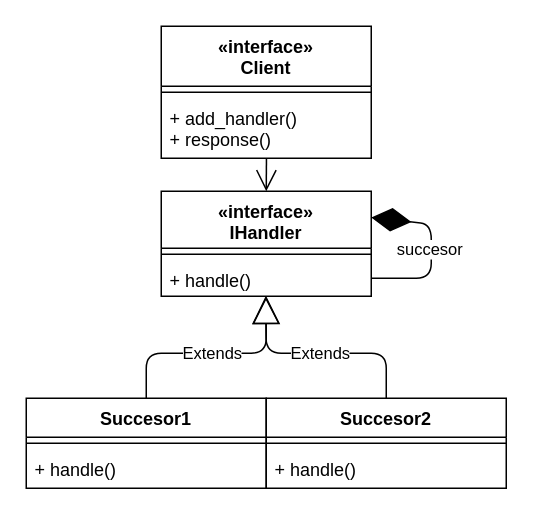
This is design patterns/UML/ChainOfResponsibility.drawio from djangorepos/design_patterns, a draw.io file, before an edit. Source tidied: cells renumbered, new cells numbered last; positions are measured from the earlier drawing's top-left corner, leaving out a move shared by most shapes. Both pictures are drawn from the tidied source at 150%, with x=0, y=0 at pixel (26, 26).
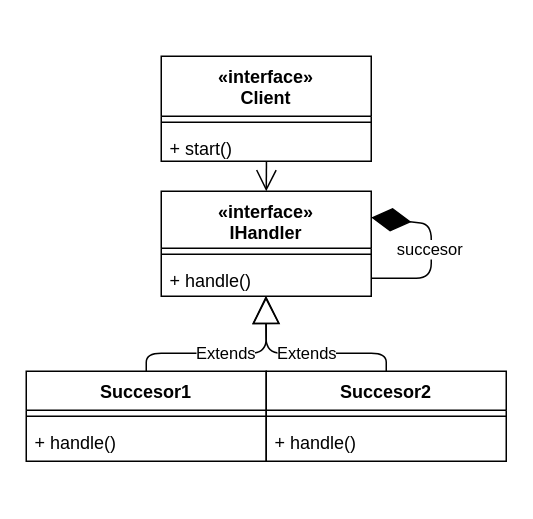
The same diagram, later.

Diff of the diagram source:
```diff
@@
     <mxCell id="7" value="«interface»&#10;Client&#10;" style="swimlane;fontStyle=1;align=center;verticalAlign=top;horizontal=1;startSize=40;" parent="1" vertex="1">
-      <mxGeometry x="90" width="140" height="88" as="geometry" />
+      <mxGeometry x="90" y="20" width="140" height="70" as="geometry" />
     </mxCell>
@@
-    <mxCell id="9" value="+ add_handler()&#10;+ response()" style="text;strokeColor=none;fillColor=none;align=left;verticalAlign=top;spacingLeft=4;spacingRight=4;overflow=hidden;points=[[0,0.5],[1,0.5]];portConstraint=eastwest;" parent="7" vertex="1">
-      <mxGeometry y="48" width="140" height="40" as="geometry" />
+    <mxCell id="9" value="+ start()" style="text;strokeColor=none;fillColor=none;align=left;verticalAlign=top;spacingLeft=4;spacingRight=4;overflow=hidden;points=[[0,0.5],[1,0.5]];portConstraint=eastwest;" parent="7" vertex="1">
+      <mxGeometry y="48" width="140" height="22" as="geometry" />
     </mxCell>
     <mxCell id="10" value="Succesor1" style="swimlane;fontStyle=1;align=center;verticalAlign=top;horizontal=1;startSize=26;" parent="1" vertex="1">
-      <mxGeometry y="248" width="160" height="60" as="geometry" />
+      <mxGeometry y="230" width="160" height="60" as="geometry" />
     </mxCell>
@@
     <mxCell id="13" value="Succesor2" style="swimlane;fontStyle=1;align=center;verticalAlign=top;horizontal=1;startSize=26;" parent="1" vertex="1">
-      <mxGeometry x="160" y="248" width="160" height="60" as="geometry" />
+      <mxGeometry x="160" y="230" width="160" height="60" as="geometry" />
     </mxCell>
```
